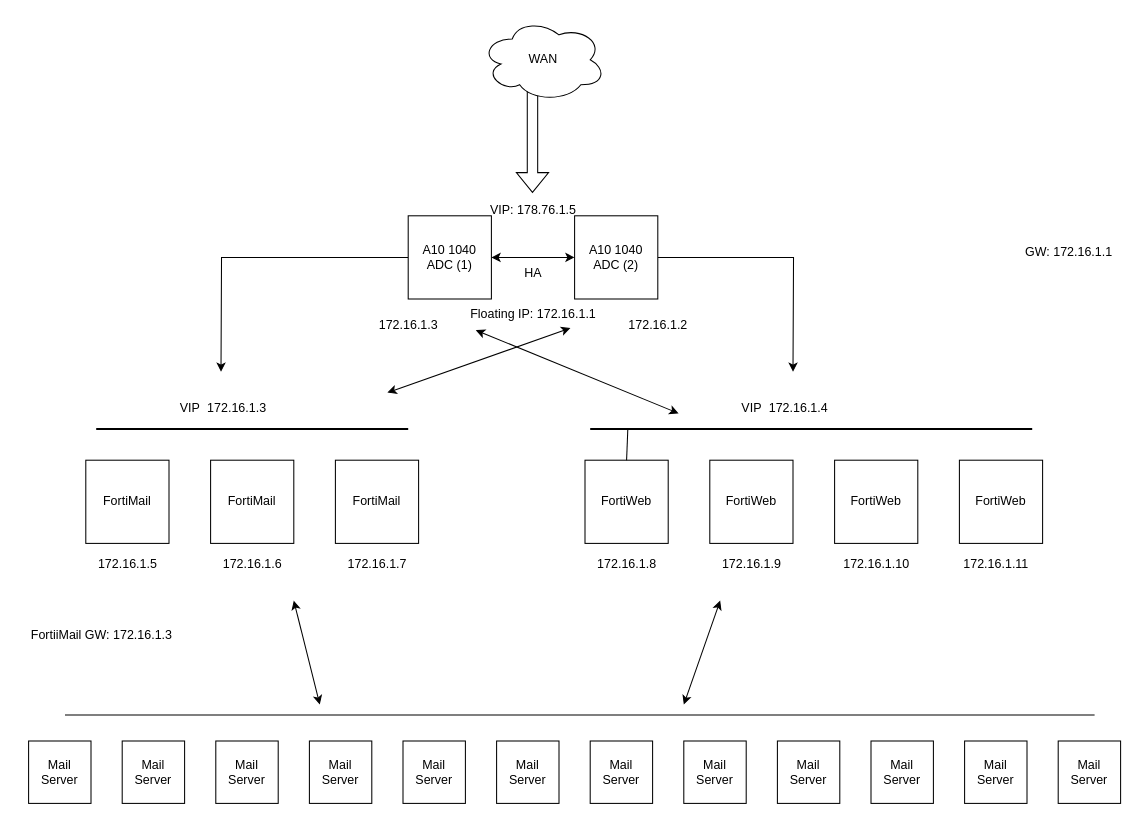
The draw.io diagram mailtopology.drawio in nhuseynov/python, before the edit. Source tidied: cells renumbered, new cells numbered last; positions are measured from the earlier drawing's top-left corner, leaving out a move shared by most shapes. Both pictures are drawn from the tidied source at 104%, with x=0, y=0 at pixel (18, 18).
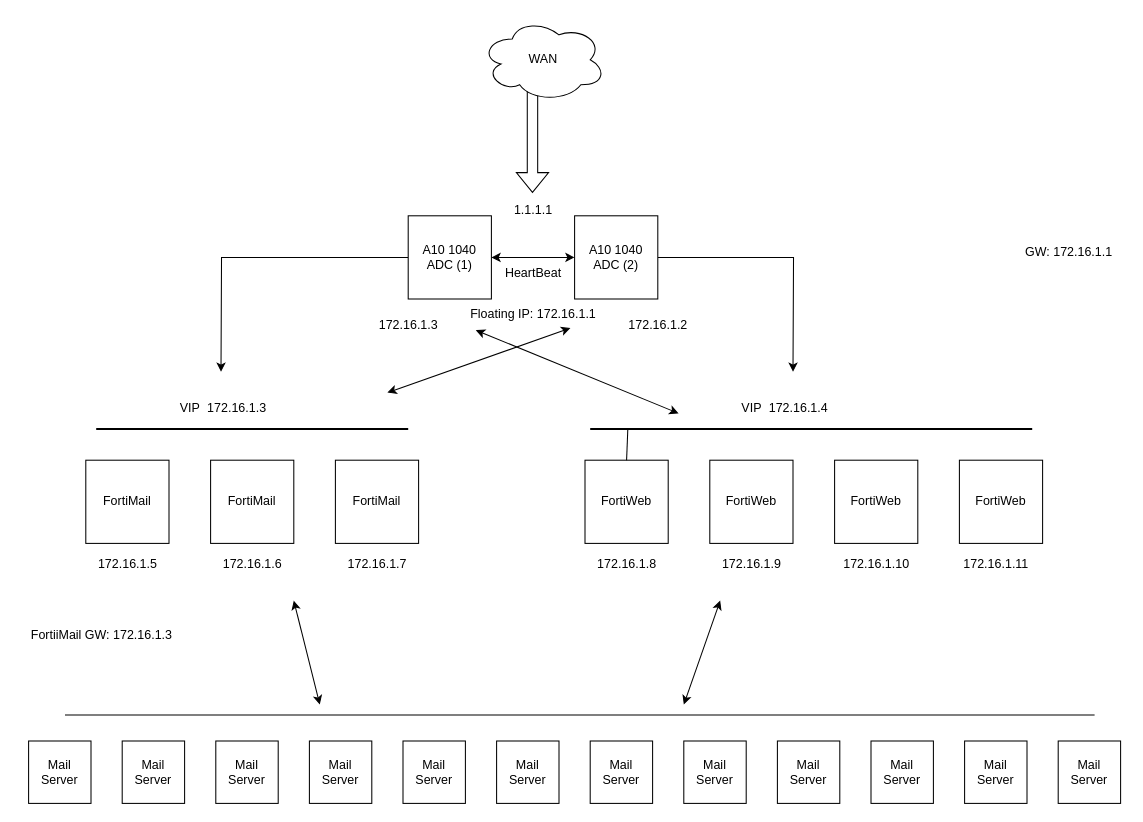
The same page after the edit.

Change to the diagram source:
```diff
@@
-    <mxCell id="14" value="VIP: 178.76.1.5" style="text;html=1;align=center;verticalAlign=middle;strokeColor=none;fillColor=none;" parent="1" vertex="1">
-      <mxGeometry x="440" y="170" width="110" height="30" as="geometry" />
+    <mxCell id="14" value="1.1.1.1" style="text;html=1;align=center;verticalAlign=middle;strokeColor=none;fillColor=none;" parent="1" vertex="1">
+      <mxGeometry x="465" y="170" width="60" height="30" as="geometry" />
     </mxCell>
-    <mxCell id="15" value="HA" style="text;html=1;align=center;verticalAlign=middle;strokeColor=none;fillColor=none;" parent="1" vertex="1">
-      <mxGeometry x="475" y="230" width="40" height="30" as="geometry" />
+    <mxCell id="15" value="HeartBeat" style="text;html=1;align=center;verticalAlign=middle;strokeColor=none;fillColor=none;" parent="1" vertex="1">
+      <mxGeometry x="455" y="230" width="80" height="30" as="geometry" />
     </mxCell>
```
